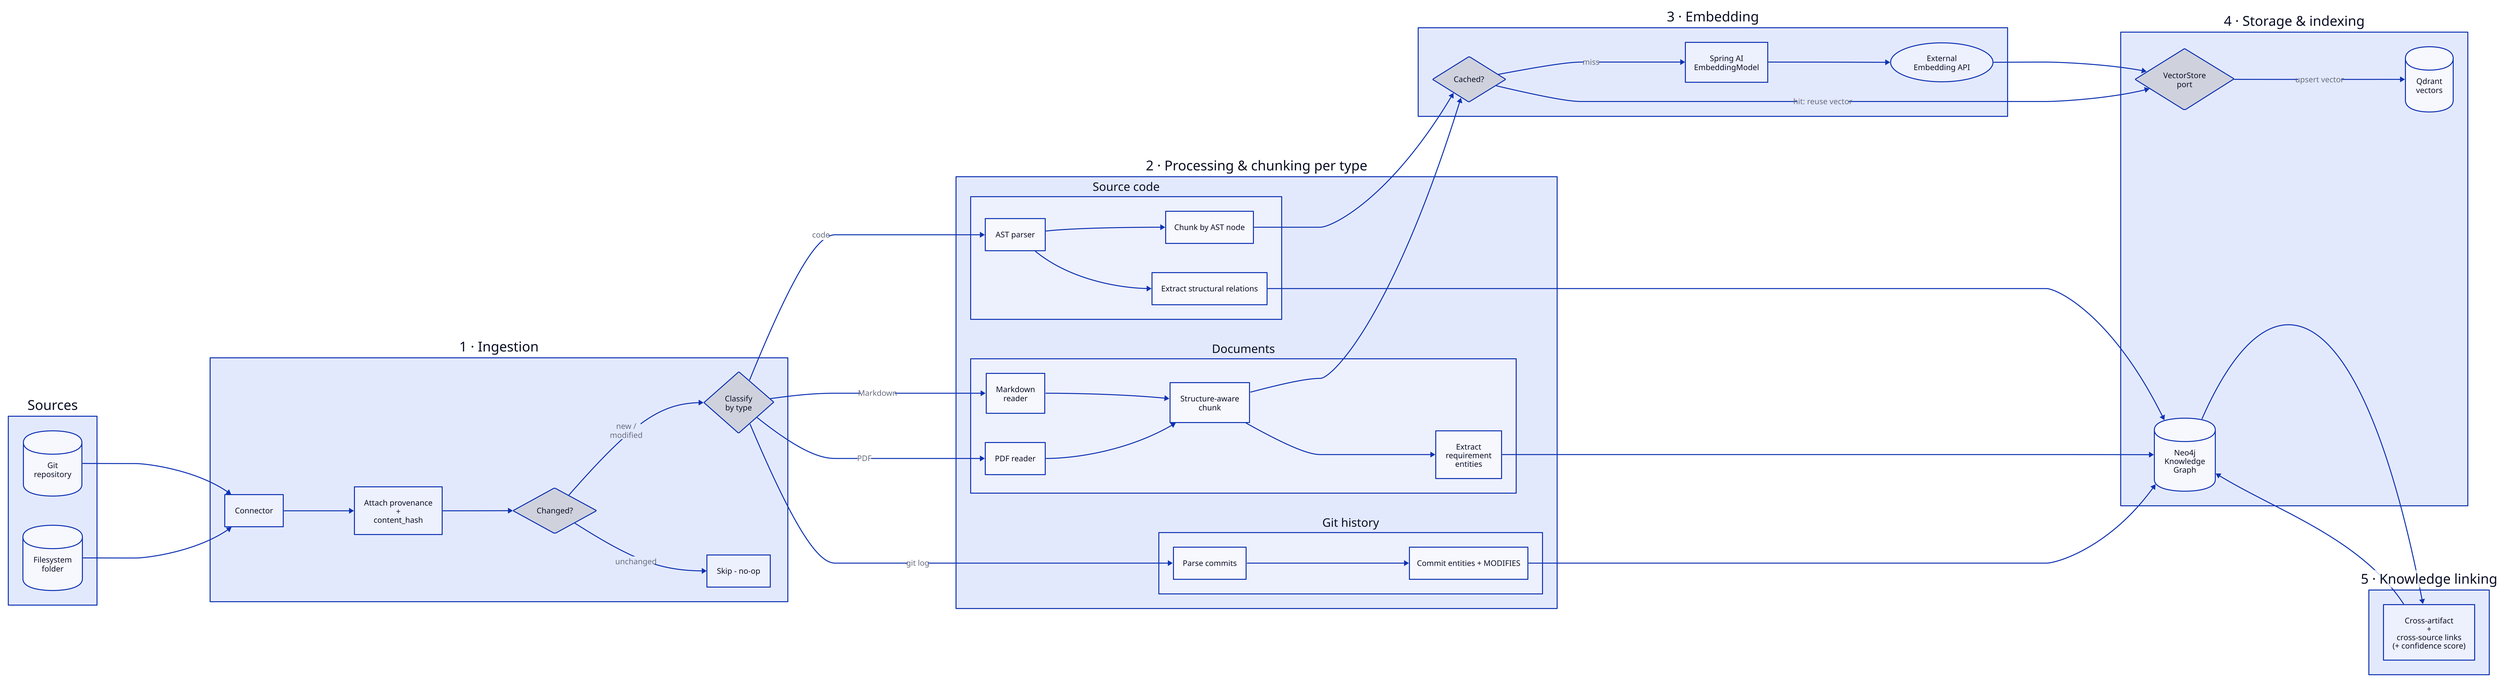
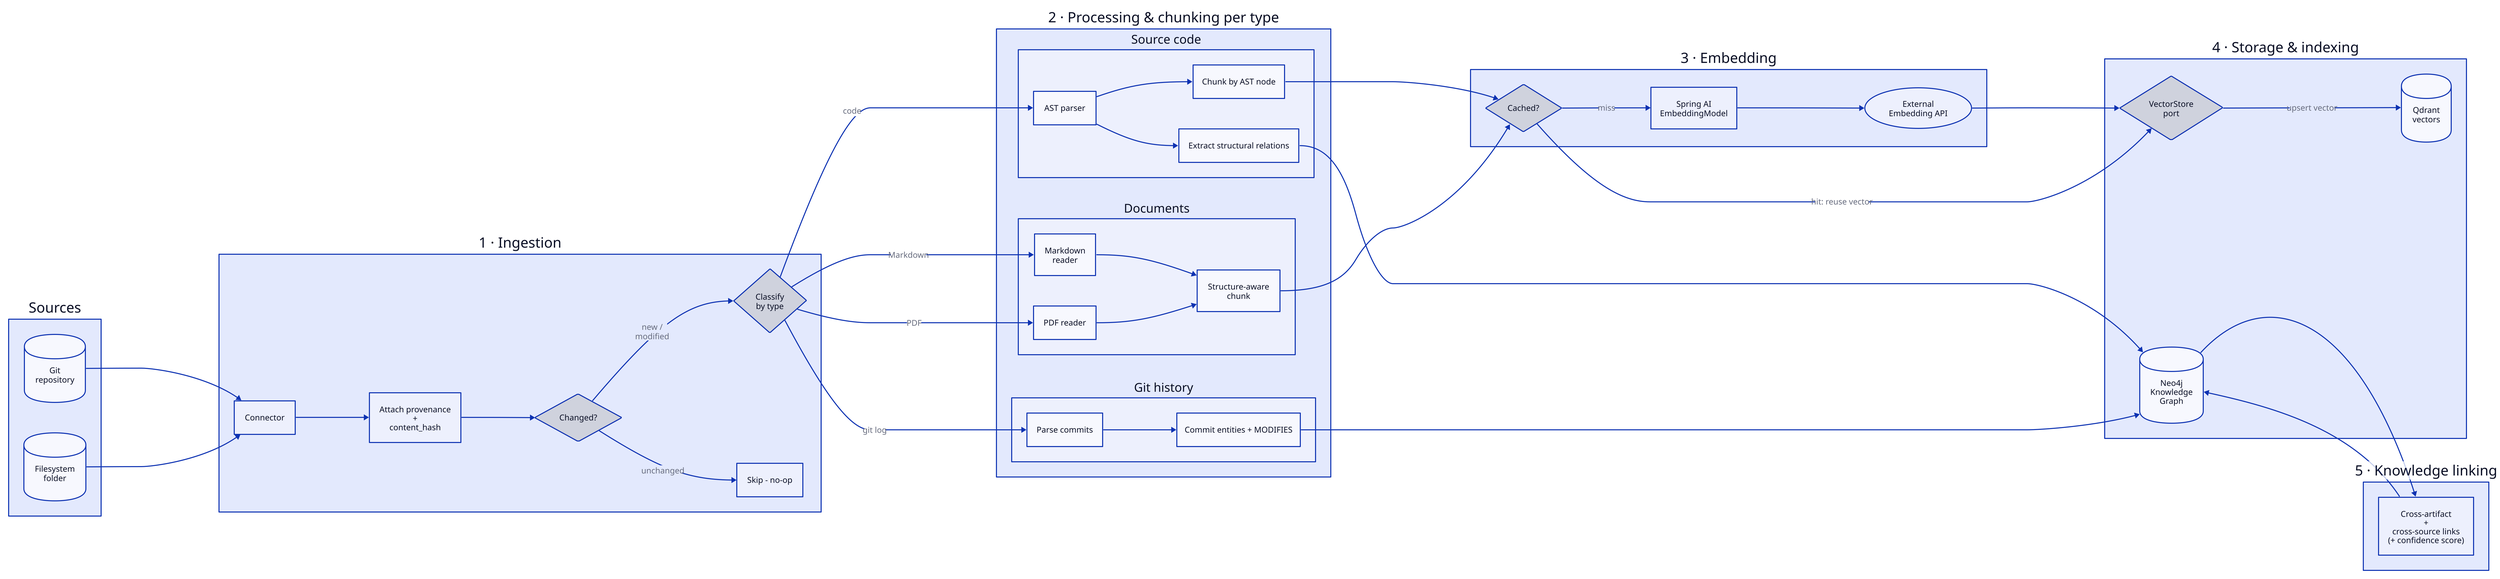
# Data Processing — 1 · Ingestion & indexing pipeline (per data type)
# Data-flow view of the indexing PIPES & FILTERS pipeline (ChunkStage -> DedupStage ->
# EmbedStage -> StoreStage -> LinkStage); code structure in CLASS-INDEXING.d2.
# Triggered by the SourceRegistered domain event or a sync trigger.
# Render:  d2 PIPELINE-INGESTION.d2 PIPELINE-INGESTION.svg
# (render config below is embedded so the D2 playground applies it too)
vars: {
  d2-config: {
    layout-engine: elk
    pad: 16
  }
}

direction: right

# ---- Stage 2: processing & chunking -----------------------------------------
proc: "2 · Processing & chunking per type" {
  code: "Source code" {
    c1: "AST parser"
    c2: "Chunk by AST node"
    c3: "Extract structural relations"
    c1 -> c2
    c1 -> c3
  }
  doc: "Documents" {
    dmd: "Markdown \nreader"
    dpdf: "PDF reader"
    d1: "Structure-aware \nchunk"
-     d2: "Extract \nrequirement \nentities"
    dmd -> d1
    dpdf -> d1
-     d1 -> d2
  }
  gh: "Git history" {
    g1: "Parse commits"
    g2: "Commit entities + MODIFIES"
    g1 -> g2
  }
}

emb: "3 · Embedding" {
  ecache: "Cached?" {shape: diamond}
  e1: "Spring AI \nEmbeddingModel"
  e2: "External \nEmbedding API" {shape: oval}
  ecache -> e1: miss {direction: down}
  e1 -> e2
}

store: "4 · Storage & indexing" {
  vport: "VectorStore \nport" {shape: diamond}
  qdr: "Qdrant\nvectors" {shape: cylinder}
  graph: "Neo4j \nKnowledge \nGraph" {shape: cylinder}
  vport -> qdr: upsert vector
}

# ---- Stages 1 · sources · 5 -------------------------------------------------
ing: "1 · Ingestion" {
  conn: "Connector"
  prov: "Attach provenance \n+\n content_hash"
  dedup: "Changed?" {shape: diamond}
  classify: "Classify \nby type" {shape: diamond}
  skip: "Skip - no-op"
  conn -> prov -> dedup
  dedup -> skip: unchanged
  dedup -> classify: new / \nmodified
}

src: "Sources" {
  git: "Git \nrepository" {shape: cylinder}
  fs: "Filesystem \nfolder" {shape: cylinder}
}

linking: "5 · Knowledge linking" {
  l1: "Cross-artifact \n+\n cross-source links\n(+ confidence score)"
}

# ---- Cross-stage flow --------------------------------------------------------
src.git -> ing.conn
src.fs -> ing.conn

ing.classify -> proc.code.c1: code
ing.classify -> proc.doc.dmd: Markdown
ing.classify -> proc.doc.dpdf: PDF
ing.classify -> proc.gh.g1: git log

proc.code.c2 -> emb.ecache
proc.doc.d1 -> emb.ecache

emb.e2 -> store.vport
emb.ecache -> store.vport: "hit: reuse vector"
proc.code.c3 -> store.graph
- proc.doc.d2 -> store.graph
proc.gh.g2 -> store.graph

store.graph -> linking.l1 -> store.graph
